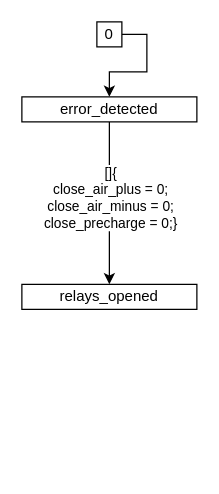
This is page "error" (7 of 7) of xver/xsm/XML/graph.drawio from osceri/AMS-CC, a draw.io file, before an edit. Source tidied: cells renumbered, new cells numbered last; positions are measured from the earlier drawing's top-left corner, leaving out a move shared by most shapes. Both pictures are drawn from the tidied source at 125%, with x=0, y=0 at pixel (21, 21).
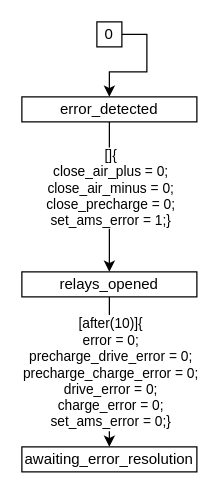
After the change.

What changed in the source:
```diff
@@
 <mxGraphModel>
   <root>
     <mxCell id="0" />
     <mxCell id="1" parent="0" />
     <mxCell id="2" style="edgeStyle=orthogonalEdgeStyle;rounded=0;jettySize=auto;html=1;exitX=1;exitY=0.5;exitDx=0;exitDy=0;entryX=0.5;entryY=0;entryDx=0;entryDy=0;" parent="1" edge="1" source="3" target="6">
       <mxGeometry relative="1" as="geometry" />
     </mxCell>
     <mxCell id="3" value="0" style="rounded=0;whiteSpace=wrap;html=1;" parent="1" vertex="1">
       <mxGeometry x="60" width="20" height="20" as="geometry" />
     </mxCell>
     <mxCell id="4" style="edgeStyle=orthogonalEdgeStyle;rounded=0;jettySize=auto;html=1;exitX=0.5;exitY=1;exitDx=0;exitDy=0;entryX=0.5;entryY=0;entryDx=0;entryDy=0;" parent="1" edge="1" source="6" target="7">
       <mxGeometry relative="1" as="geometry" />
     </mxCell>
-    <mxCell id="5" value="&lt;div&gt;[]{&lt;/div&gt;&lt;div&gt;close_air_plus = 0;&lt;/div&gt;&lt;div&gt;close_air_minus = 0;&lt;/div&gt;&lt;div&gt;close_precharge = 0;}&lt;/div&gt;" style="edgeLabel;html=1;align=center;verticalAlign=middle;" parent="4" vertex="1">
+    <mxCell id="5" value="&lt;div&gt;[]{&lt;/div&gt;&lt;div&gt;close_air_plus = 0;&lt;/div&gt;&lt;div&gt;close_air_minus = 0;&lt;/div&gt;&lt;div&gt;close_precharge = 0;&lt;/div&gt;&lt;div&gt;set_ams_error = 1;}&lt;/div&gt;" style="edgeLabel;html=1;align=center;verticalAlign=middle;" parent="4" vertex="1">
       <mxGeometry x="-0.24" relative="1" as="geometry">
-        <mxPoint y="11" as="offset" />
+        <mxPoint y="6" as="offset" />
       </mxGeometry>
     </mxCell>
     <mxCell id="6" value="error_detected" style="rounded=0;whiteSpace=wrap;html=1;" parent="1" vertex="1">
       <mxGeometry y="60" width="140" height="20" as="geometry" />
     </mxCell>
+    <mxCell id="8" style="edgeStyle=orthogonalEdgeStyle;rounded=0;jettySize=auto;html=1;exitX=0.5;exitY=1;exitDx=0;exitDy=0;entryX=0.5;entryY=0;entryDx=0;entryDy=0;" parent="1" edge="1" source="7" target="10">
+      <mxGeometry relative="1" as="geometry" />
+    </mxCell>
+    <mxCell id="9" value="&lt;div&gt;[after(10)]{&lt;/div&gt;&lt;div&gt;error = 0;&lt;/div&gt;&lt;div&gt;&lt;div&gt;precharge_drive_error = 0;&lt;/div&gt;&lt;div&gt;precharge_charge_error = 0;&lt;/div&gt;&lt;div&gt;drive_error = 0;&lt;/div&gt;charge_error = 0;&lt;/div&gt;&lt;div&gt;set_ams_error = 0;}&lt;/div&gt;" style="edgeLabel;html=1;align=center;verticalAlign=middle;" parent="8" vertex="1">
+      <mxGeometry x="-0.2" relative="1" as="geometry">
+        <mxPoint y="12" as="offset" />
+      </mxGeometry>
+    </mxCell>
     <mxCell id="7" value="relays_opened" style="rounded=0;whiteSpace=wrap;html=1;" parent="1" vertex="1">
-      <mxGeometry y="210" width="140" height="20" as="geometry" />
+      <mxGeometry y="200" width="140" height="20" as="geometry" />
     </mxCell>
+    <mxCell id="10" value="awaiting_error_resolution" style="rounded=0;whiteSpace=wrap;html=1;" parent="1" vertex="1">
+      <mxGeometry y="340" width="140" height="20" as="geometry" />
+    </mxCell>
   </root>
 </mxGraphModel>
```
